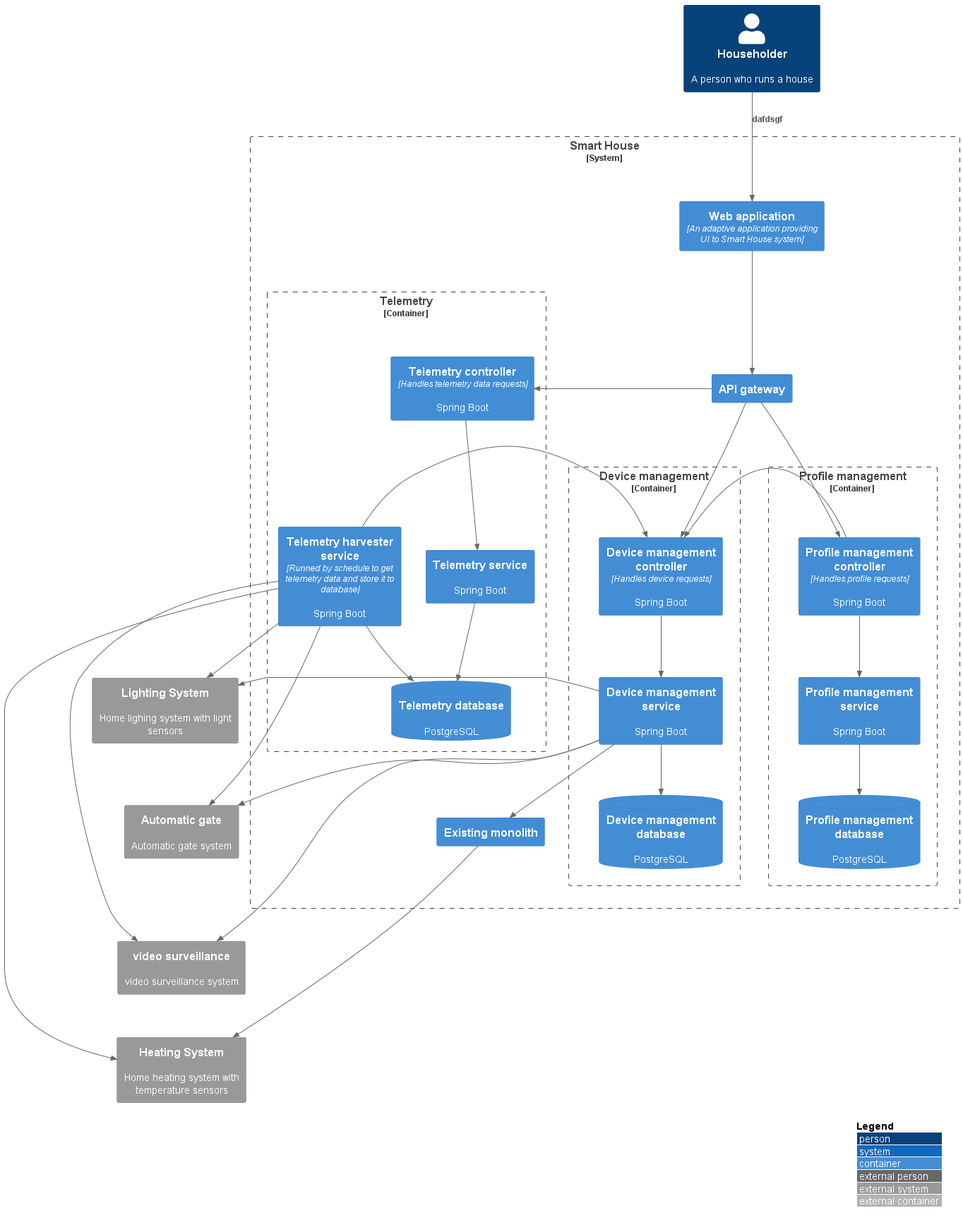
This is C4-container.png from sissayenko/architecture-sprint-3, a PlantUML export, as it was before one commit.
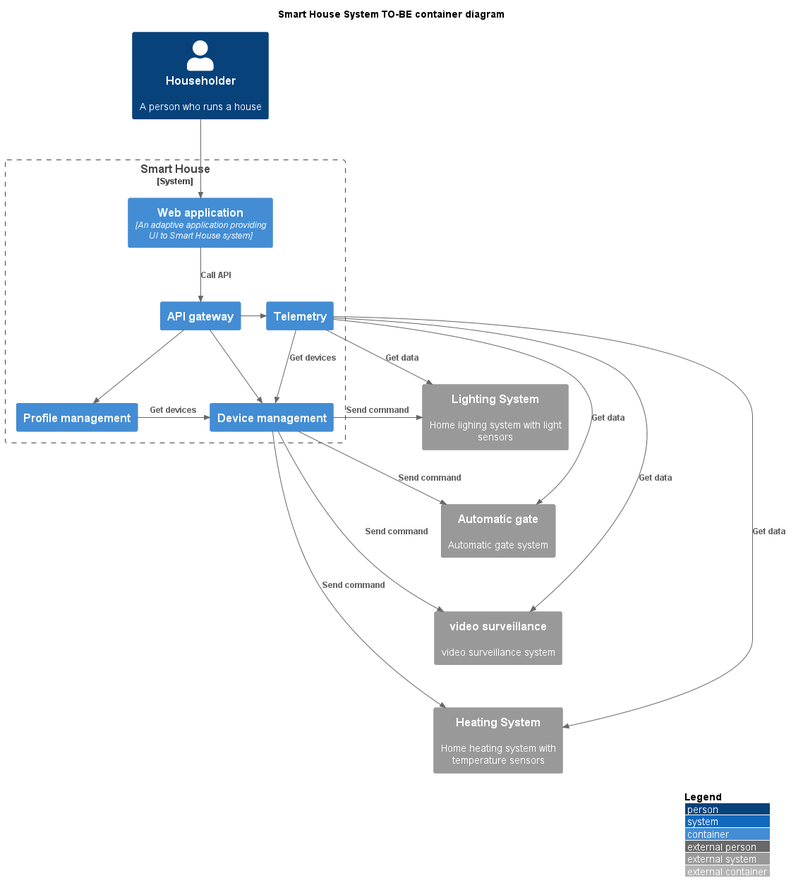
Later version of the same file.

What changed in the source:
```diff
@@ -2,39 +2,17 @@
 !include <C4/C4_Container>
 
 LAYOUT_WITH_LEGEND()
+
+Title Smart House System TO-BE container diagram
 
 Person(householder, "Householder", "A person who runs a house")
 
 System_Boundary(smartHome_b, "Smart House", "A system that controls a house's heating system") {
     Container(web, "Web application", "An adaptive application providing UI to Smart House system")
     Container(gw, "API gateway")
-    Container_Boundary(profile, "Profile management") {
-        Container(profile_controller, "Profile management controller", "Handles profile requests", "Spring Boot")
-        Container(profile_service, "Profile management service", "", "Spring Boot")
-        ContainerDb(profile_db, "Profile management database", "", "PostgreSQL")
-
-        Lay_D(profile_controller, profile_service)
-        Lay_D(profile_service, profile_db)
-    }
-    Container_Boundary(device, "Device management") {
-        Container(device_controller, "Device management controller", "Handles device requests", "Spring Boot")
-        Container(device_service, "Device management service", "", "Spring Boot")
-        ContainerDb(device_db, "Device management database", "", "PostgreSQL")
-
-        Lay_D(device_controller, device_service)
-        Lay_D(device_service, device_db)
-    }
-    Container_Boundary(telemetry, "Telemetry") {
-        Container(telemetry_controller, "Telemetry controller", "Handles telemetry data requests", "Spring Boot")
-        Container(telemetry_service, "Telemetry service", "", "Spring Boot")
-        Container(telemetry_harvester, "Telemetry harvester service", "Runned by schedule to get telemetry data and store it to database", "Spring Boot")
-        ContainerDb(telemetry_db, "Telemetry database", "", "PostgreSQL")
-
-        Lay_D(telemetry_controller, telemetry_service)
-        Lay_D(telemetry_service, telemetry_db)
-        Lay_R(telemetry_service, telemetry_harvester)
-    }
-    Container(monolith, "Existing monolith")
+    Container(profile, "Profile management")
+    Container(device, "Device management")
+    Container(telemetry, "Telemetry")
 }
 
 System_Ext(heater, "Heating System", "Home heating system with temperature sensors")
@@ -45,39 +23,28 @@
 
 Lay_R(profile, device)
 
-Rel_D(householder, web, "dafdsgf")
-Rel_D(web, gw, "")
+Rel_D(householder, web, "")
+Rel_D(web, gw, "Call API")
+Rel_D(gw, profile, "")
+Rel_D(gw, device, "")
 
-Rel_D(gw, profile_controller, "")
-Rel_D(profile_controller, profile_service, "")
-Rel_D(profile_service, profile_db, "")
+Rel_R(device, light, "Send command")
+Rel_R(device, gate, "Send command")
+Rel_R(device, video, "Send command")
+Rel_R(device, heater, "Send command")
 
-Rel_D(gw, device_controller, "")
-Rel_D(device_controller, device_service, "")
-Rel_D(device_service, device_db, "")
-Rel_D(device_service, monolith, "")
-
-Rel_R(monolith, heater, "")
-
-Rel_R(device_service, light, "")
-Rel_R(device_service, gate, "")
-Rel_R(device_service, video, "")
-
-Rel_R(gw, telemetry_controller, "")
-Rel_D(telemetry_controller, telemetry_service, "")
-Rel_D(telemetry_harvester, telemetry_db, "")
-Rel_D(telemetry_service, telemetry_db, "")
-Rel_L(telemetry_harvester, device_controller, "")
+Rel_R(gw, telemetry, "")
 
 Lay_D(light, gate)
 Lay_D(gate, video)
 Lay_D(video, heater)
 
-Rel_R(telemetry_harvester, light, "")
-Rel_R(telemetry_harvester, gate, "")
-Rel_R(telemetry_harvester, video, "")
-Rel_R(telemetry_harvester, heater, "")
+Rel_R(telemetry, light, "Get data")
+Rel_R(telemetry, gate, "Get data")
+Rel_R(telemetry, video, "Get data")
+Rel_R(telemetry, heater, "Get data")
 
-Rel_R(profile_controller, device_controller, "")
+Rel_R(profile, device, "Get devices")
+Rel_D(telemetry, device, "Get devices")
 
 @enduml
```
